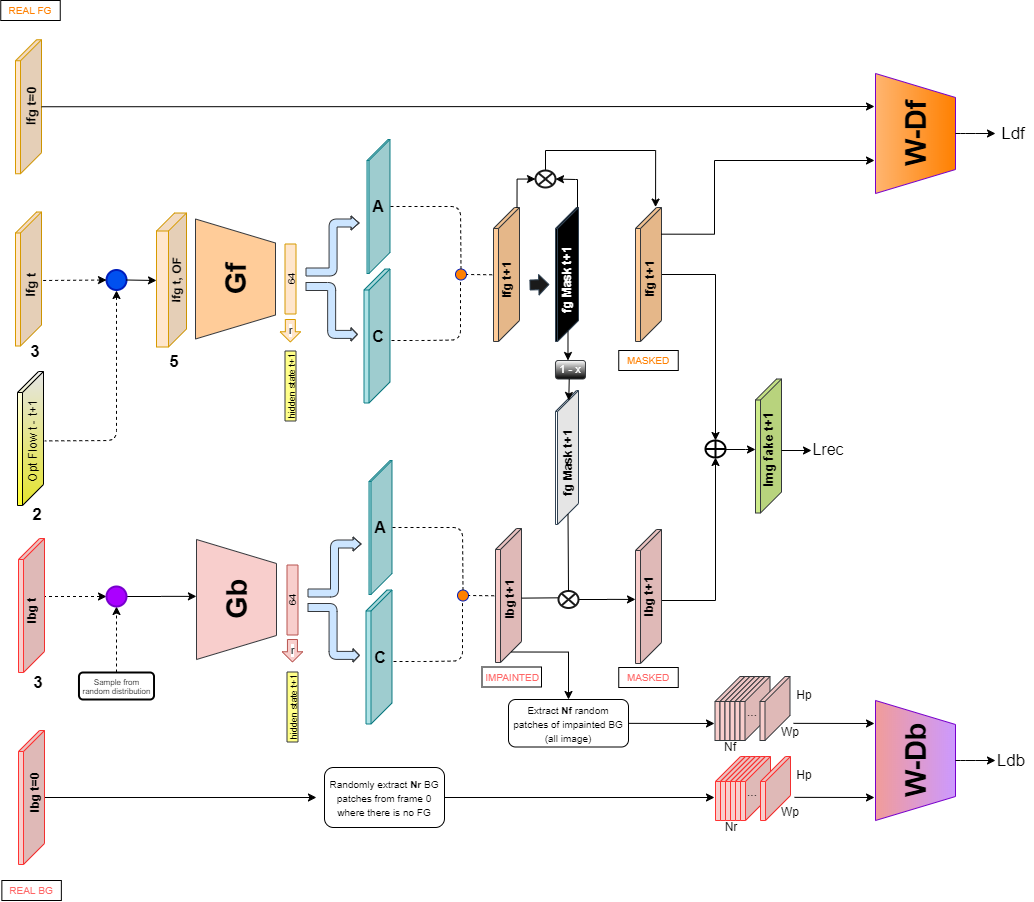
ppalaupuigdevall/VOS-ForeGAN keeps this draw.io diagram as experiments/imgs/experiment_06/main_scheme_full.png. Above is the earlier version. Source tidied: cells renumbered, new cells last; positions are measured from the earlier drawing's top-left corner, leaving out a move shared by most shapes.
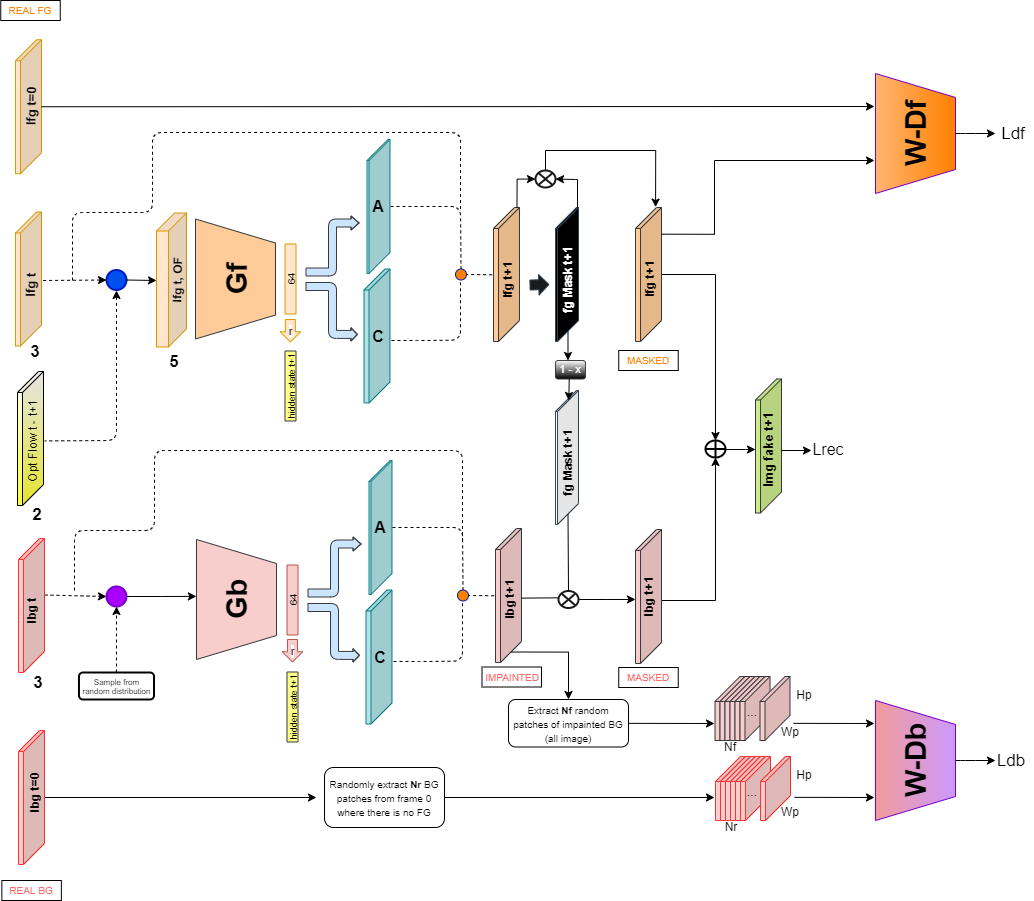
The same file after the commit.

Change to the diagram source:
```diff
@@ -187,6 +187,18 @@
     <mxCell id="44" value="&lt;font style=&quot;font-size: 10px&quot; color=&quot;#ff6666&quot;&gt;IMPAINTED&lt;/font&gt;" style="text;html=1;strokeColor=#000000;fillColor=none;align=center;verticalAlign=middle;whiteSpace=wrap;rounded=0;fontSize=8;" parent="25" vertex="1">
       <mxGeometry x="200.5" y="245.5" width="59.5" height="20" as="geometry" />
     </mxCell>
+    <mxCell id="152" style="endArrow=none;dashed=1;html=1;edgeStyle=orthogonalEdgeStyle;" parent="25" edge="1">
+      <mxGeometry relative="1" as="geometry">
+        <mxPoint x="-207" y="169" as="sourcePoint" />
+        <mxPoint x="181" y="119" as="targetPoint" />
+        <Array as="points">
+          <mxPoint x="-207" y="109" />
+          <mxPoint x="-127" y="109" />
+          <mxPoint x="-127" y="29" />
+          <mxPoint x="181" y="29" />
+        </Array>
+      </mxGeometry>
+    </mxCell>
     <mxCell id="45" style="group;strokeColor=none;" parent="1" vertex="1">
       <mxGeometry x="215" y="539" width="80" height="120" as="geometry" />
     </mxCell>
@@ -579,5 +591,17 @@
     <mxCell id="151" value="Ldf" style="text;html=1;strokeColor=none;fillColor=none;align=center;verticalAlign=middle;whiteSpace=wrap;rounded=0;fontSize=17;" parent="1" vertex="1">
       <mxGeometry x="1012" y="123" width="40" height="20" as="geometry" />
     </mxCell>
+    <mxCell id="153" style="endArrow=none;dashed=1;html=1;edgeStyle=orthogonalEdgeStyle;" parent="1" edge="1">
+      <mxGeometry relative="1" as="geometry">
+        <mxPoint x="91" y="280" as="sourcePoint" />
+        <mxPoint x="479" y="210" as="targetPoint" />
+        <Array as="points">
+          <mxPoint x="91" y="212" />
+          <mxPoint x="171" y="212" />
+          <mxPoint x="171" y="132" />
+          <mxPoint x="479" y="132" />
+        </Array>
+      </mxGeometry>
+    </mxCell>
   </root>
 </mxGraphModel>
```
